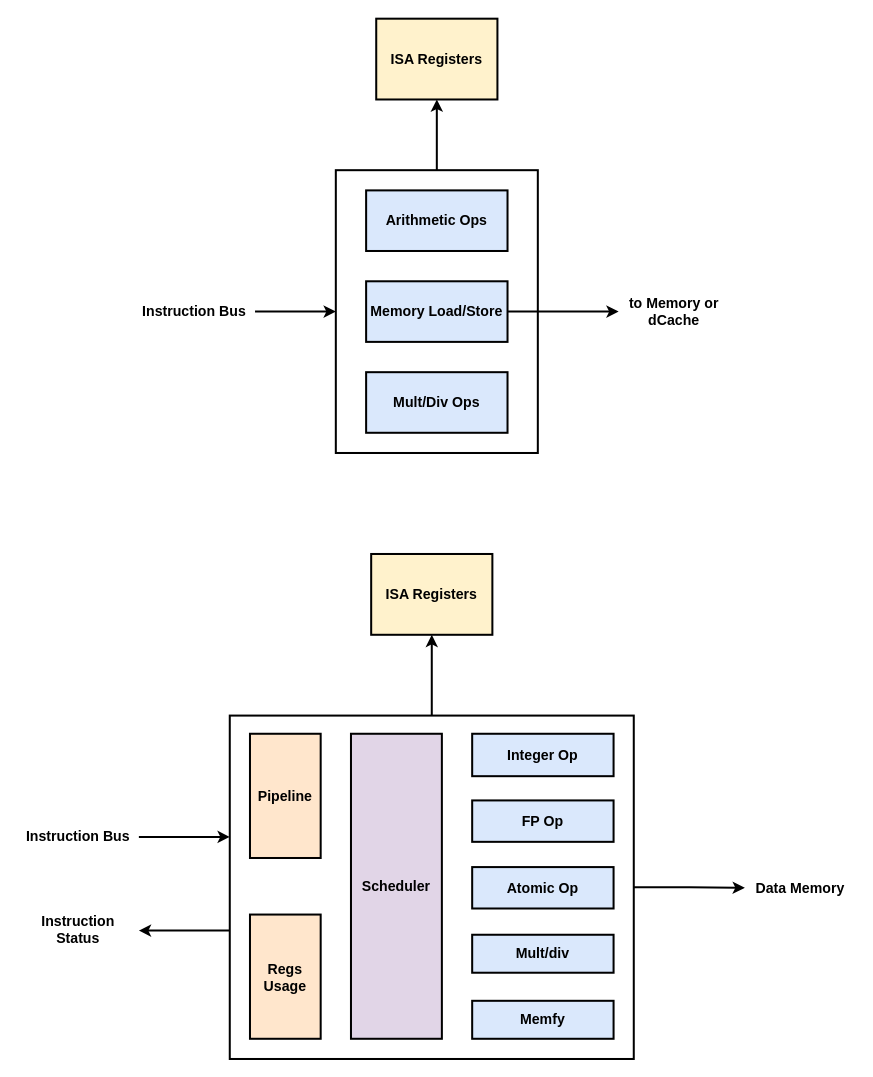
dpretet/friscv keeps this draw.io diagram as page "Processing Unit" (7 of 13) of doc/friscv.drawio. Above is the earlier version. Source tidied: cells renumbered, new cells numbered last; positions are measured from the earlier drawing's top-left corner, leaving out a move shared by most shapes. Both pictures are drawn from the tidied source at 101%, with x=0, y=0 at pixel (17, 18).
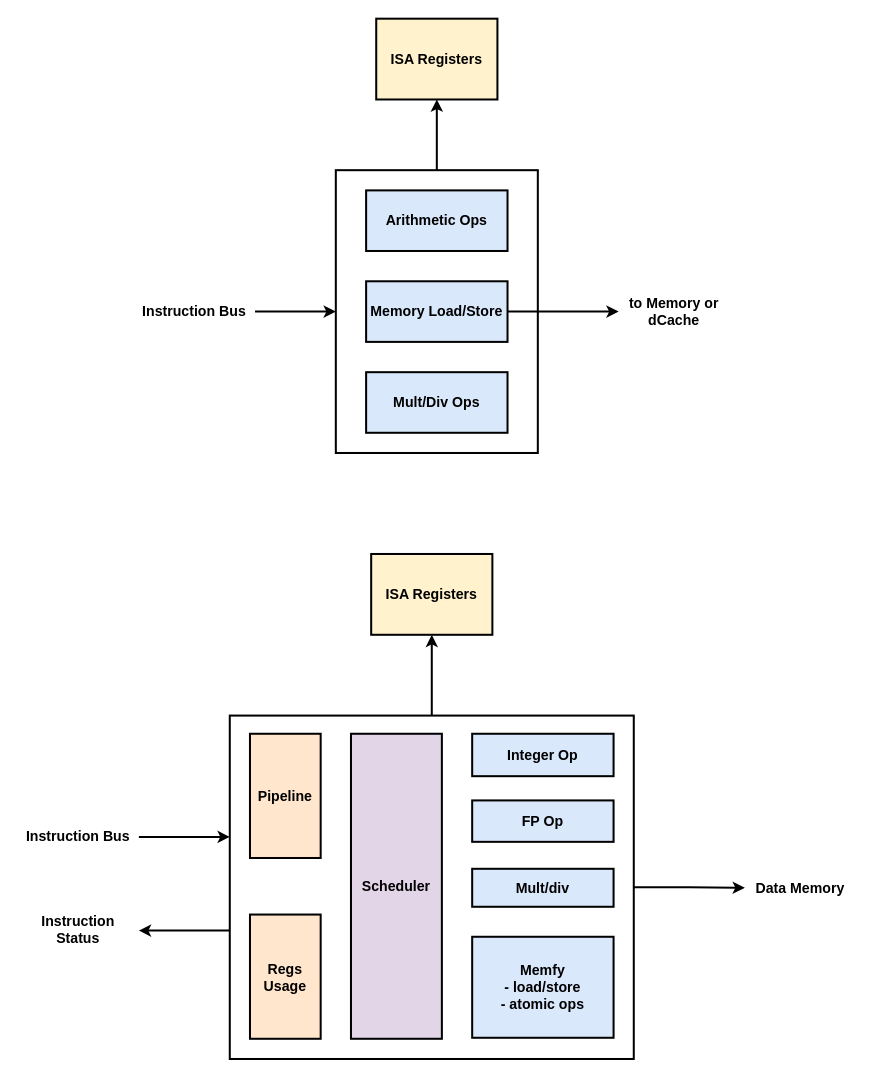
The same diagram, later.

Commit message (it also covers changes not shown here):
Document atomic operation support

Diff of the diagram source:
```diff
@@
-    <mxCell id="17" value="Atomic Op" style="rounded=0;whiteSpace=wrap;html=1;fontSize=14;align=center;fillColor=#dae8fc;strokeWidth=2;fontStyle=1;" parent="1" vertex="1">
-      <mxGeometry x="450" y="840" width="140" height="41" as="geometry" />
-    </mxCell>
@@
     <mxCell id="21" value="Mult/div" style="rounded=0;whiteSpace=wrap;html=1;fontSize=14;align=center;fillColor=#dae8fc;strokeWidth=2;fontStyle=1;" parent="1" vertex="1">
-      <mxGeometry x="450" y="907" width="140" height="37.6" as="geometry" />
+      <mxGeometry x="450" y="841.7" width="140" height="37.6" as="geometry" />
     </mxCell>
@@
-    <mxCell id="27" value="Memfy" style="rounded=0;whiteSpace=wrap;html=1;fontSize=14;align=center;fillColor=#dae8fc;strokeWidth=2;fontStyle=1;" parent="1" vertex="1">
-      <mxGeometry x="450" y="972.4" width="140" height="37.6" as="geometry" />
+    <mxCell id="27" value="Memfy&lt;br&gt;- load/store&lt;br&gt;- atomic ops" style="rounded=0;whiteSpace=wrap;html=1;fontSize=14;align=center;fillColor=#dae8fc;strokeWidth=2;fontStyle=1;" parent="1" vertex="1">
+      <mxGeometry x="450" y="909" width="140" height="100" as="geometry" />
     </mxCell>
```
